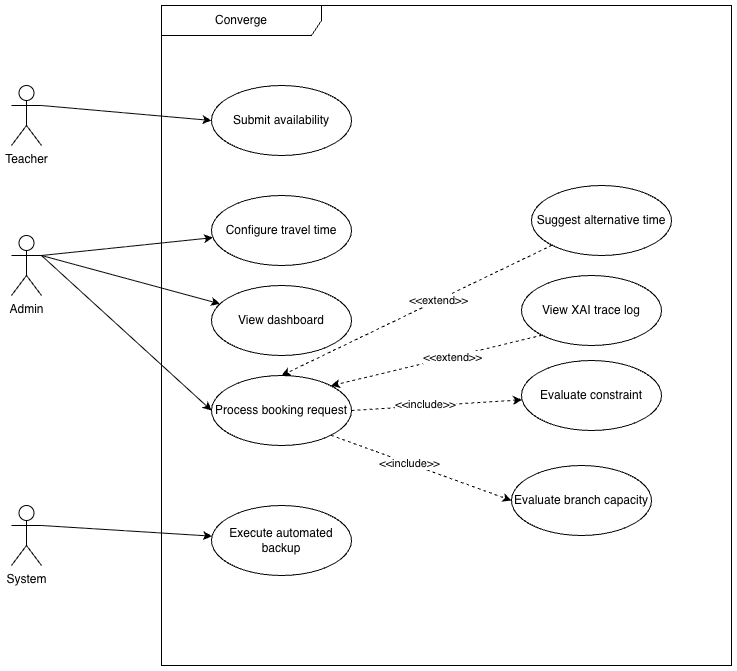
Earlier version of the draw.io export images/proposal_usecase.png (RinZ5/converge-doc). Source tidied: cells renumbered, new cells last; positions are measured from the earlier drawing's top-left corner, leaving out a move shared by most shapes.
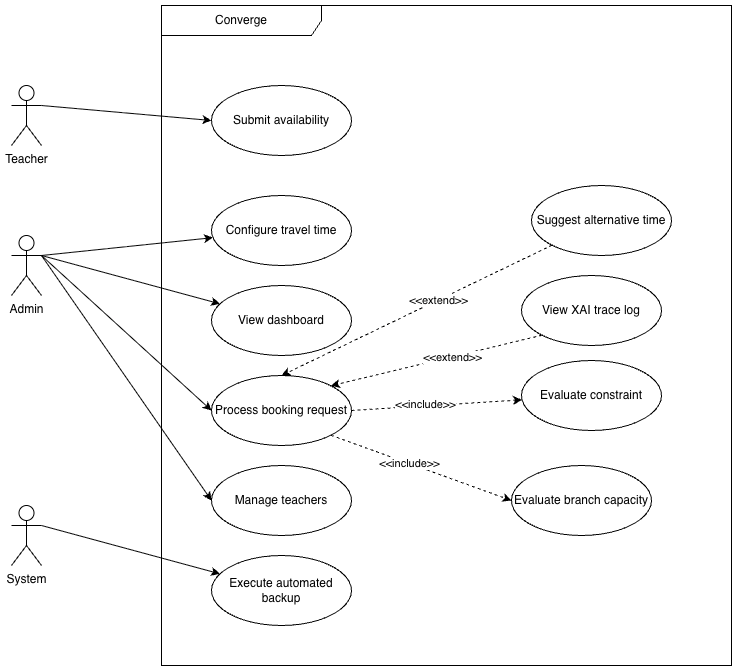
The same file after the commit.

What changed in the source:
```diff
@@ -27,7 +27,7 @@
       <mxGeometry x="350" y="460" width="140" height="70" as="geometry" />
     </mxCell>
     <mxCell id="10" value="Execute automated backup" style="ellipse;whiteSpace=wrap;html=1;" parent="2" vertex="1">
-      <mxGeometry x="50" y="500" width="140" height="70" as="geometry" />
+      <mxGeometry x="50" y="550" width="140" height="70" as="geometry" />
     </mxCell>
     <mxCell id="11" value="View dashboard" style="ellipse;whiteSpace=wrap;html=1;" parent="2" vertex="1">
       <mxGeometry x="50" y="280" width="140" height="70" as="geometry" />
@@ -58,6 +58,9 @@
     <mxCell id="19" value="View XAI trace log" style="ellipse;whiteSpace=wrap;html=1;" parent="2" vertex="1">
       <mxGeometry x="360" y="270" width="140" height="70" as="geometry" />
     </mxCell>
+    <mxCell id="28" value="Manage teachers" style="ellipse;whiteSpace=wrap;html=1;" parent="2" vertex="1">
+      <mxGeometry x="50" y="460" width="140" height="70" as="geometry" />
+    </mxCell>
     <mxCell id="20" style="rounded=0;jettySize=auto;html=1;exitX=1;exitY=0.3333333333333333;exitDx=0;exitDy=0;exitPerimeter=0;entryX=0;entryY=0.5;entryDx=0;entryDy=0;" parent="1" edge="1" source="21" target="16">
       <mxGeometry relative="1" as="geometry" />
     </mxCell>
@@ -73,6 +76,9 @@
     <mxCell id="24" style="rounded=0;jettySize=auto;html=1;exitX=1;exitY=0.3333333333333333;exitDx=0;exitDy=0;exitPerimeter=0;" parent="1" edge="1" source="25" target="11">
       <mxGeometry relative="1" as="geometry" />
     </mxCell>
+    <mxCell id="29" style="rounded=0;jettySize=auto;html=1;exitX=1;exitY=0.3333333333333333;exitDx=0;exitDy=0;exitPerimeter=0;entryX=0;entryY=0.5;entryDx=0;entryDy=0;" parent="1" edge="1" source="25" target="28">
+      <mxGeometry relative="1" as="geometry" />
+    </mxCell>
     <mxCell id="25" value="Admin" style="shape=umlActor;verticalLabelPosition=bottom;verticalAlign=top;html=1;" parent="1" vertex="1">
       <mxGeometry y="230" width="30" height="60" as="geometry" />
     </mxCell>
```
